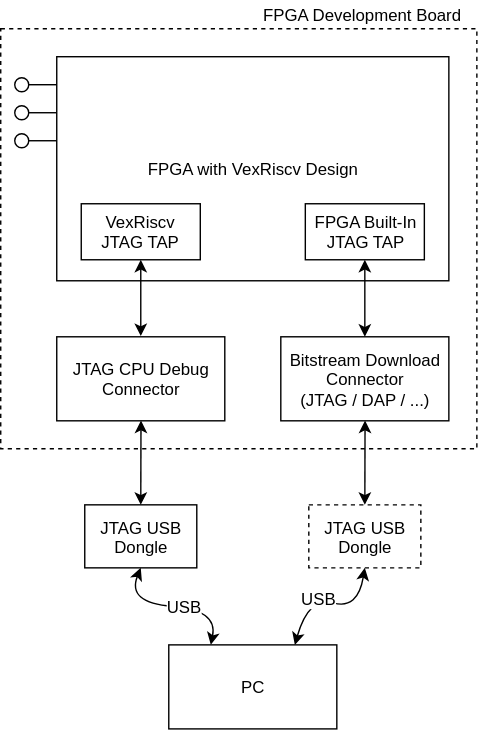
Before: assets/vexriscv_ocd/vexriscv_ocd-system_setup_generic.svg, a diagram exported from draw.io (tomverbeure/tomverbeure.github.io). Source tidied: cells renumbered, new cells last; positions are measured from the earlier drawing's top-left corner, leaving out a move shared by most shapes.
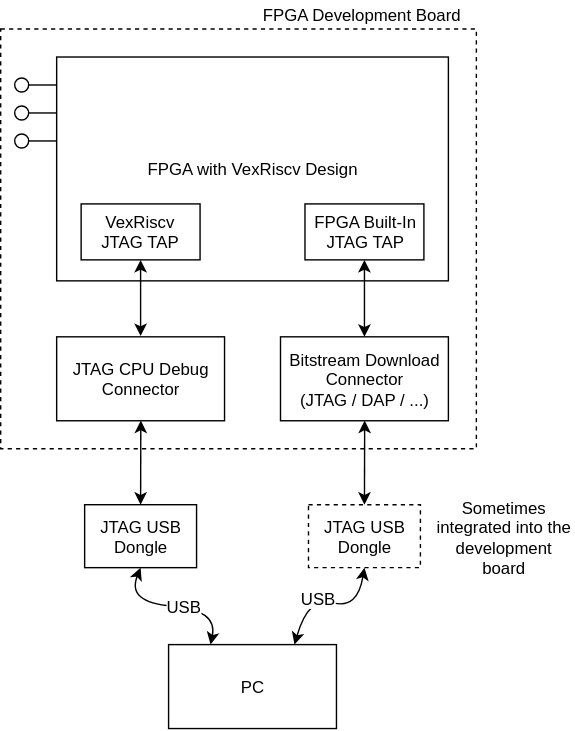
The same diagram one commit later.

Change to the diagram source:
```diff
@@ -95,5 +95,8 @@
     <mxCell id="25" value="VexRiscv JTAG TAP" style="rounded=0;whiteSpace=wrap;html=1;" parent="1" vertex="1">
       <mxGeometry x="57.5" y="145" width="85" height="40" as="geometry" />
     </mxCell>
+    <mxCell id="26" value="Sometimes integrated into the development board" style="text;html=1;strokeColor=none;fillColor=none;align=center;verticalAlign=middle;whiteSpace=wrap;rounded=0;" parent="1" vertex="1">
+      <mxGeometry x="310" y="350" width="100" height="65" as="geometry" />
+    </mxCell>
   </root>
 </mxGraphModel>
```
